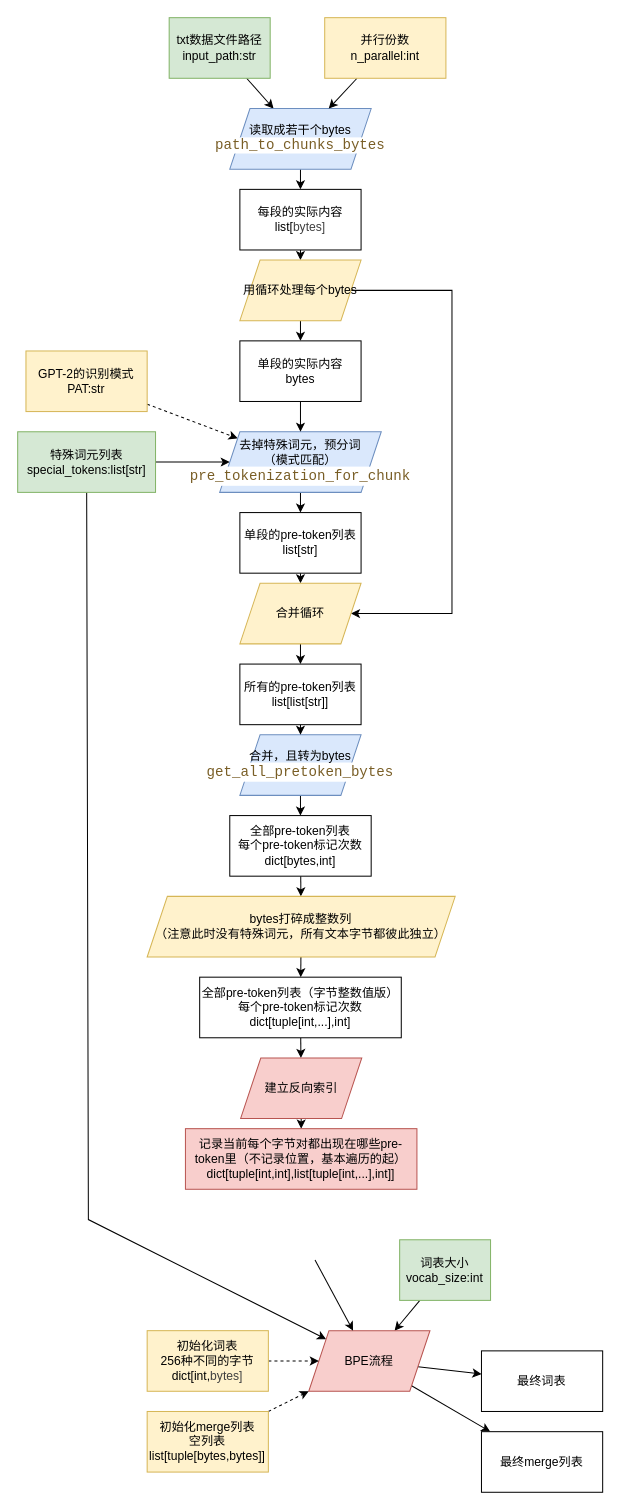
AS-NOVA/assignment1-basics keeps this draw.io diagram as page "总体流程" (1 of 5) of cs336_basics/草图.drawio. Above is the earlier version. Source tidied: cells renumbered, new cells numbered last; positions are measured from the earlier drawing's top-left corner, leaving out a move shared by most shapes. Both pictures are drawn from the tidied source at 101%, with x=0, y=0 at pixel (17, 17).
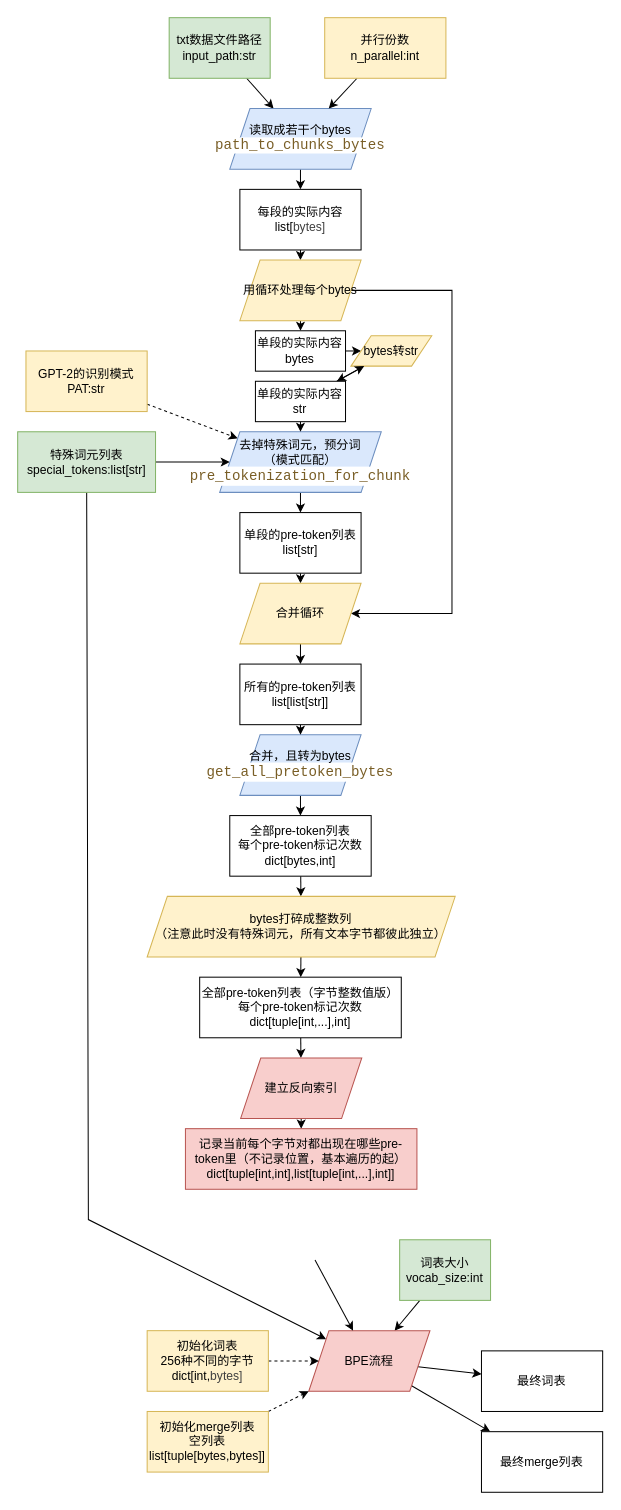
The same page after the edit.

The change refers to these unchanged cells:
```xml
<mxCell id="16" value="去掉特殊词元，预分词&lt;div&gt;（模式匹配）&lt;/div&gt;&lt;div&gt;&lt;div style=&quot;color: rgb(59, 59, 59); background-color: rgb(255, 255, 255); font-family: Consolas, &amp;quot;Courier New&amp;quot;, monospace; font-size: 14px; line-height: 19px; white-space: pre;&quot;&gt;&lt;span style=&quot;color: rgb(121, 94, 38);&quot;&gt;pre_tokenization_for_chunk&lt;/span&gt;&lt;/div&gt;&lt;/div&gt;" style="shape=parallelogram;perimeter=parallelogramPerimeter;whiteSpace=wrap;html=1;fixedSize=1;fillColor=#dae8fc;strokeColor=#6c8ebf;" parent="1" vertex="1">
  <mxGeometry x="200" y="410" width="160" height="60" as="geometry" />
</mxCell>
```

What changed in the source:
```diff
@@
-    <mxCell id="38" style="edgeStyle=none;html=1;" parent="1" edge="1" source="39" target="16">
-      <mxGeometry relative="1" as="geometry" />
-    </mxCell>
+    <mxCell id="51" style="edgeStyle=none;html=1;" parent="1" edge="1" source="39" target="53">
+      <mxGeometry relative="1" as="geometry" />
+    </mxCell>
     <mxCell id="39" value="单段的实际内容&lt;div&gt;bytes&lt;/div&gt;" style="rounded=0;whiteSpace=wrap;html=1;" parent="1" vertex="1">
-      <mxGeometry x="220" y="320" width="120" height="60" as="geometry" />
+      <mxGeometry x="235.4" y="310" width="89.2" height="40" as="geometry" />
     </mxCell>
@@
+    <mxCell id="52" style="edgeStyle=none;html=1;" parent="1" edge="1" source="53" target="56">
+      <mxGeometry relative="1" as="geometry" />
+    </mxCell>
+    <mxCell id="53" value="bytes转str" style="shape=parallelogram;perimeter=parallelogramPerimeter;whiteSpace=wrap;html=1;fixedSize=1;fillColor=#fff2cc;strokeColor=#d6b656;" parent="1" vertex="1">
+      <mxGeometry x="330" y="315" width="80" height="30" as="geometry" />
+    </mxCell>
+    <mxCell id="54" style="edgeStyle=none;html=1;" parent="1" edge="1" source="56" target="53">
+      <mxGeometry relative="1" as="geometry" />
+    </mxCell>
+    <mxCell id="55" style="edgeStyle=none;html=1;" parent="1" edge="1" source="56" target="16">
+      <mxGeometry relative="1" as="geometry" />
+    </mxCell>
+    <mxCell id="56" value="单段的实际内容&lt;div&gt;str&lt;/div&gt;" style="rounded=0;whiteSpace=wrap;html=1;" parent="1" vertex="1">
+      <mxGeometry x="235.4" y="360" width="89.2" height="40" as="geometry" />
+    </mxCell>
```
